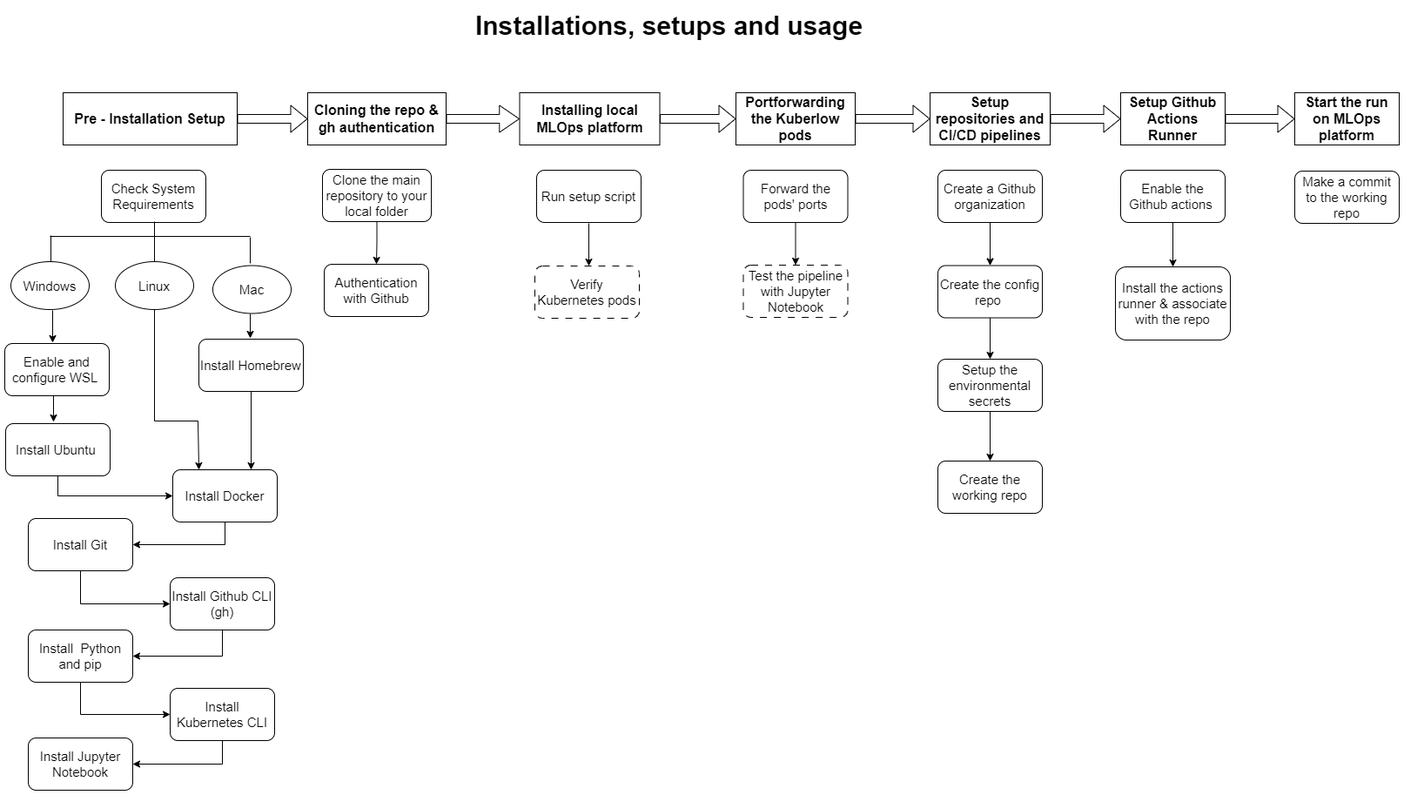
Before: tools/resources/diagrams/MLOpsPlatformSetup.png, a diagram exported from draw.io (tu-nguyen-do-duc/oss-mlops-platform). Source tidied: cells renumbered, new cells last; positions are measured from the earlier drawing's top-left corner, leaving out a move shared by most shapes.
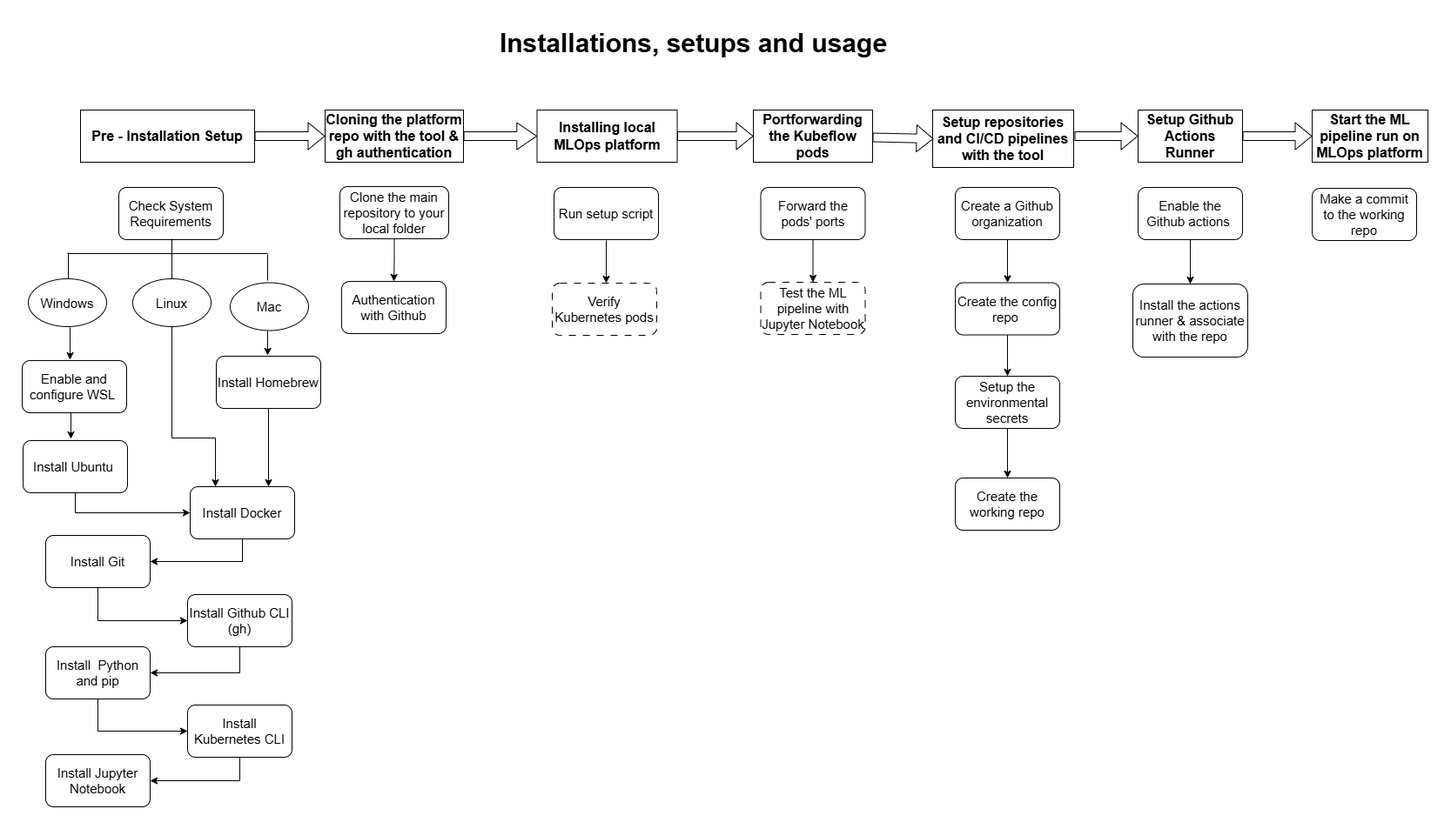
Above is the later version.

The edit, as a diff of the source:
```diff
@@ -6,7 +6,7 @@
       <mxGeometry x="111" y="190" width="120" height="60" as="geometry" />
     </mxCell>
     <mxCell id="3" value="&lt;span&gt;&lt;b&gt;&lt;font style=&quot;font-size: 30px;&quot;&gt;Installations, setups and usage&lt;/font&gt;&lt;/b&gt;&lt;/span&gt;" style="text;html=1;align=center;verticalAlign=middle;strokeColor=none;fillColor=none;" parent="1" vertex="1">
-      <mxGeometry x="531" width="463" height="48" as="geometry" />
+      <mxGeometry x="539" width="463" height="48" as="geometry" />
     </mxCell>
     <mxCell id="4" style="edgeStyle=orthogonalEdgeStyle;rounded=0;orthogonalLoop=1;jettySize=auto;html=1;exitX=0.5;exitY=1;exitDx=0;exitDy=0;" parent="1" edge="1">
       <mxGeometry relative="1" as="geometry">
@@ -80,13 +80,13 @@
     <mxCell id="26" value="Forward the pods'&amp;nbsp;&lt;span style=&quot;background-color: initial;&quot;&gt;ports&lt;/span&gt;" style="rounded=1;whiteSpace=wrap;html=1;fontSize=15;" parent="1" vertex="1">
       <mxGeometry x="848.5" y="190" width="120" height="60" as="geometry" />
     </mxCell>
-    <mxCell id="27" value="Test the pipeline with Jupyter Notebook" style="rounded=1;whiteSpace=wrap;html=1;fontSize=15;dashed=1;dashPattern=8 8;" parent="1" vertex="1">
+    <mxCell id="27" value="Test the ML pipeline with Jupyter Notebook" style="rounded=1;whiteSpace=wrap;html=1;fontSize=15;dashed=1;dashPattern=8 8;" parent="1" vertex="1">
       <mxGeometry x="848.5" y="299" width="120" height="60" as="geometry" />
     </mxCell>
     <mxCell id="28" value="&lt;font&gt;&lt;b&gt;Installing local MLOps platform&lt;/b&gt;&lt;/font&gt;" style="rounded=0;whiteSpace=wrap;html=1;rotation=0;fontSize=16;" parent="1" vertex="1">
       <mxGeometry x="591.5" y="101" width="161" height="60" as="geometry" />
     </mxCell>
-    <mxCell id="29" value="&lt;b&gt;&lt;font&gt;Portforwarding the Kuberlow pods&lt;/font&gt;&lt;/b&gt;" style="rounded=0;whiteSpace=wrap;html=1;rotation=0;fontSize=16;" parent="1" vertex="1">
+    <mxCell id="29" value="&lt;b&gt;&lt;font&gt;Portforwarding the Kubeflow pods&lt;/font&gt;&lt;/b&gt;" style="rounded=0;whiteSpace=wrap;html=1;rotation=0;fontSize=16;" parent="1" vertex="1">
       <mxGeometry x="840" y="101" width="137" height="60" as="geometry" />
     </mxCell>
     <mxCell id="30" style="edgeStyle=orthogonalEdgeStyle;rounded=0;orthogonalLoop=1;jettySize=auto;html=1;exitX=0.5;exitY=1;exitDx=0;exitDy=0;fontSize=15;" parent="1" edge="1">
@@ -95,14 +95,14 @@
         <mxPoint x="92" y="534" as="targetPoint" />
       </mxGeometry>
     </mxCell>
-    <mxCell id="31" value="&lt;font&gt;&lt;b&gt;Cloning the repo &amp;amp; gh authentication&lt;/b&gt;&lt;/font&gt;" style="rounded=0;whiteSpace=wrap;html=1;fontSize=16;" parent="1" vertex="1">
+    <mxCell id="31" value="&lt;font&gt;&lt;b&gt;Cloning the platform repo with the tool &amp;amp; gh authentication&lt;/b&gt;&lt;/font&gt;" style="rounded=0;whiteSpace=wrap;html=1;fontSize=16;" parent="1" vertex="1">
       <mxGeometry x="348" y="101" width="159" height="60" as="geometry" />
     </mxCell>
-    <mxCell id="32" value="&lt;font&gt;Setup repositories and CI/CD pipelines&lt;/font&gt;" style="rounded=0;whiteSpace=wrap;html=1;fontStyle=1;fontSize=16;" parent="1" vertex="1">
-      <mxGeometry x="1063" y="101" width="138" height="60" as="geometry" />
+    <mxCell id="32" value="&lt;font&gt;Setup repositories and CI/CD pipelines with the tool&lt;/font&gt;" style="rounded=0;whiteSpace=wrap;html=1;fontStyle=1;fontSize=16;" parent="1" vertex="1">
+      <mxGeometry x="1046" y="101" width="162" height="66" as="geometry" />
     </mxCell>
-    <mxCell id="33" value="&lt;font&gt;Start the run on MLOps platform&lt;/font&gt;" style="rounded=0;whiteSpace=wrap;html=1;fontStyle=1;fontSize=16;" parent="1" vertex="1">
-      <mxGeometry x="1482" y="101" width="120" height="60" as="geometry" />
+    <mxCell id="33" value="&lt;font&gt;Start the ML pipeline run on MLOps platform&lt;/font&gt;" style="rounded=0;whiteSpace=wrap;html=1;fontStyle=1;fontSize=16;" parent="1" vertex="1">
+      <mxGeometry x="1482" y="101" width="133" height="60" as="geometry" />
     </mxCell>
     <mxCell id="34" value="&lt;font&gt;Setup Github Actions Runner&lt;/font&gt;" style="rounded=0;whiteSpace=wrap;html=1;fontStyle=1;fontSize=16;" parent="1" vertex="1">
       <mxGeometry x="1282" y="101" width="120" height="60" as="geometry" />
@@ -116,11 +116,15 @@
     <mxCell id="37" style="shape=flexArrow;endArrow=classic;html=1;rounded=0;fontSize=16;" parent="1" edge="1" source="28" target="29">
       <mxGeometry relative="1" as="geometry" />
     </mxCell>
-    <mxCell id="38" style="shape=flexArrow;endArrow=classic;html=1;rounded=0;fontSize=16;" parent="1" edge="1" source="29" target="32">
-      <mxGeometry relative="1" as="geometry" />
+    <mxCell id="38" style="shape=flexArrow;endArrow=classic;html=1;rounded=0;fontSize=16;" parent="1" edge="1" source="29">
+      <mxGeometry relative="1" as="geometry">
+        <mxPoint x="1047" y="134" as="targetPoint" />
+      </mxGeometry>
     </mxCell>
-    <mxCell id="39" style="shape=flexArrow;endArrow=classic;html=1;rounded=0;fontStyle=1;fontSize=16;" parent="1" edge="1" source="32" target="34">
-      <mxGeometry relative="1" as="geometry" />
+    <mxCell id="39" style="shape=flexArrow;endArrow=classic;html=1;rounded=0;fontStyle=1;fontSize=16;" parent="1" edge="1" target="34">
+      <mxGeometry relative="1" as="geometry">
+        <mxPoint x="1209" y="131" as="sourcePoint" />
+      </mxGeometry>
     </mxCell>
     <mxCell id="40" style="shape=flexArrow;endArrow=classic;html=1;rounded=0;fontStyle=1;fontSize=16;" parent="1" edge="1" source="34" target="33">
       <mxGeometry relative="1" as="geometry" />
```
